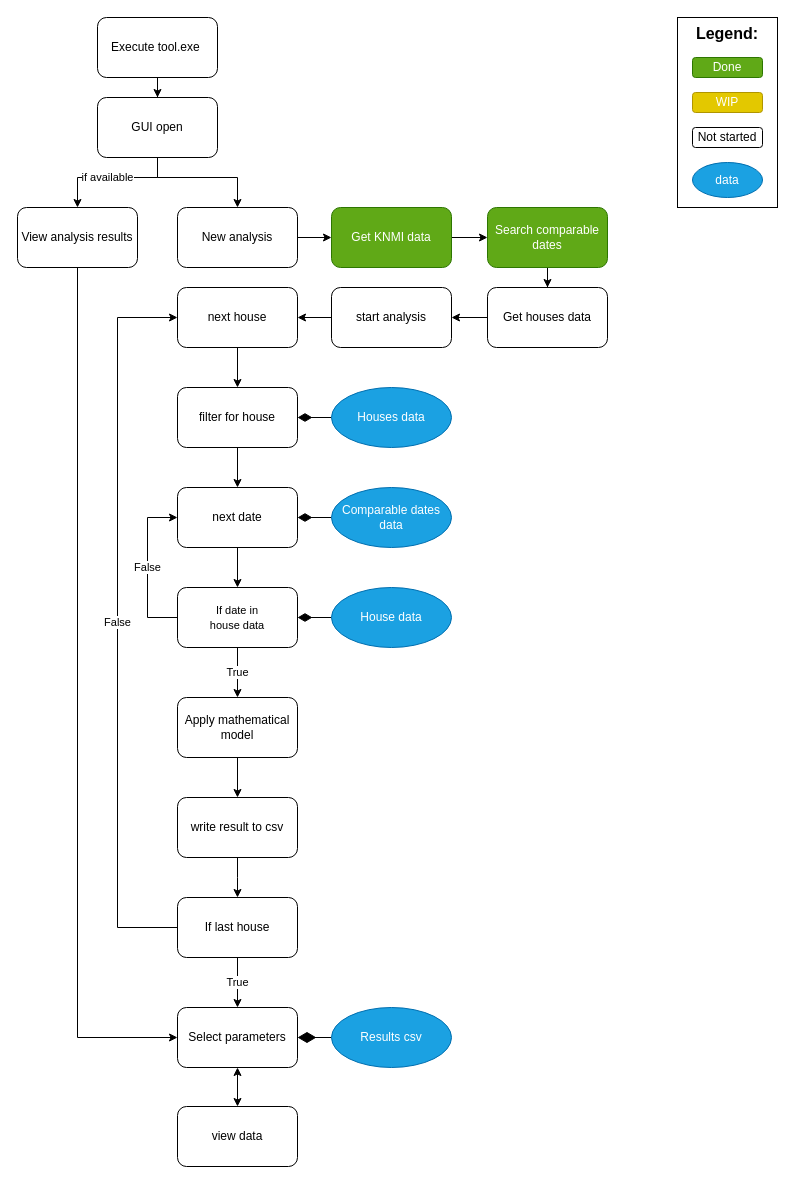
Luko-14/tool keeps this draw.io diagram as tool flowchart.drawio. Above is the earlier version. Source tidied: cells renumbered, new cells numbered last; positions are measured from the earlier drawing's top-left corner, leaving out a move shared by most shapes. Both pictures are drawn from the tidied source at 100%, with x=0, y=0 at pixel (17, 17).
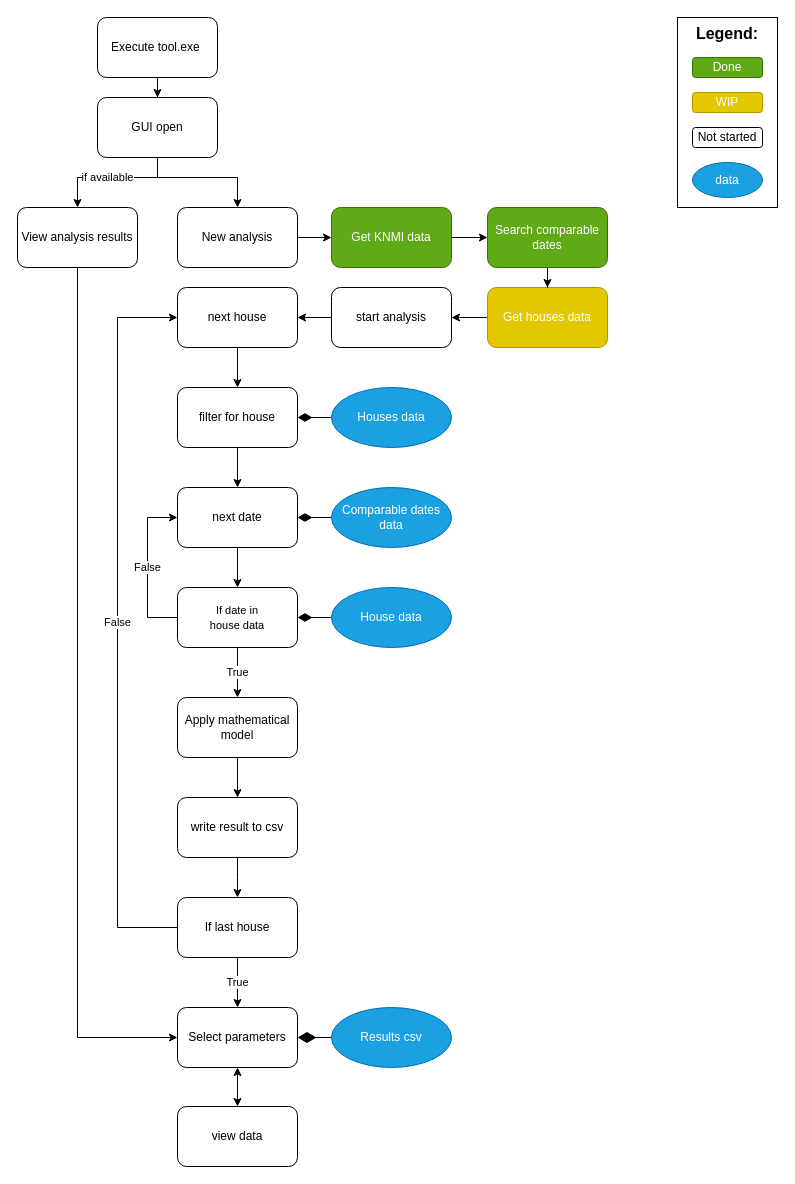
After the change.

Commit message (it also covers changes not shown here):
started on tool

Change to the diagram source:
```diff
@@
-    <mxCell id="22" value="Get houses data" style="whiteSpace=wrap;html=1;rounded=1;" parent="1" vertex="1">
+    <mxCell id="22" value="Get houses data" style="whiteSpace=wrap;html=1;rounded=1;fillColor=#e3c800;strokeColor=#B09500;fontColor=#ffffff;" parent="1" vertex="1">
       <mxGeometry x="470" y="270" width="120" height="60" as="geometry" />
     </mxCell>
```
